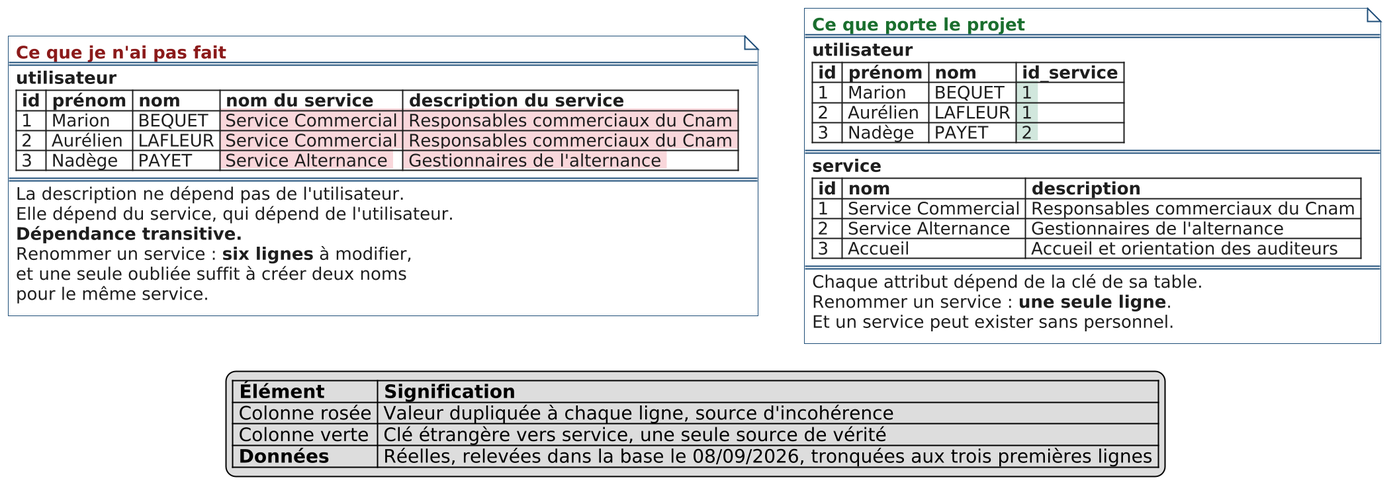
Earlier version of the PlantUML export docs/preparation/troisieme-forme-normale.png (sgahovey/creaslot). Source of this version:
```plantuml
@startuml troisieme-forme-normale
skinparam dpi 192
skinparam shadowing false
skinparam defaultFontName Helvetica
skinparam defaultFontSize 13
skinparam note {
  BorderColor #1F4E79
  BackgroundColor #FFFFFF
  FontColor #1E1E1E
}

note as FAUTIF
  <b><color:#8B1A1A>Ce que je n'ai pas fait</color></b>
  ====
  <b>utilisateur</b>
  |= id |= prénom |= nom |= nom du service |= description du service |
  | 1 | Marion | BEQUET |<back:#F8D7DA> Service Commercial |<back:#F8D7DA> Responsables commerciaux du Cnam |
  | 2 | Aurélien | LAFLEUR |<back:#F8D7DA> Service Commercial |<back:#F8D7DA> Responsables commerciaux du Cnam |
  | 3 | Nadège | PAYET |<back:#F8D7DA> Service Alternance |<back:#F8D7DA> Gestionnaires de l'alternance |
  ====
  La description ne dépend pas de l'utilisateur.
  Elle dépend du service, qui dépend de l'utilisateur.
  <b>Dépendance transitive.</b>
  Renommer un service : <b>six lignes</b> à modifier,
  et une seule oubliée suffit à créer deux noms
  pour le même service.
end note

note as CONFORME
  <b><color:#1A6E2E>Ce que porte le projet</color></b>
  ====
  <b>utilisateur</b>
  |= id |= prénom |= nom |= <color:#1E1E1E>id_service</color> |
  | 1 | Marion | BEQUET |<back:#D1E7DD> 1 |
  | 2 | Aurélien | LAFLEUR |<back:#D1E7DD> 1 |
  | 3 | Nadège | PAYET |<back:#D1E7DD> 2 |
  ====
  <b>service</b>
  |= id |= nom |= description |
  | 1 | Service Commercial | Responsables commerciaux du Cnam |
  | 2 | Service Alternance | Gestionnaires de l'alternance |
  | 3 | Accueil | Accueil et orientation des auditeurs |
  ====
  Chaque attribut dépend de la clé de sa table.
  Renommer un service : <b>une seule ligne</b>.
  Et un service peut exister sans personnel.
end note

FAUTIF -[hidden]right-> CONFORME

legend bottom
  |= Élément |= Signification |
  | Colonne rosée | Valeur dupliquée à chaque ligne, source d'incohérence |
  | Colonne verte | Clé étrangère vers service, une seule source de vérité |
  | <b>Données</b> | Réelles, relevées dans la base le 08/09/2026, tronquées aux trois premières lignes |
endlegend
@enduml
```
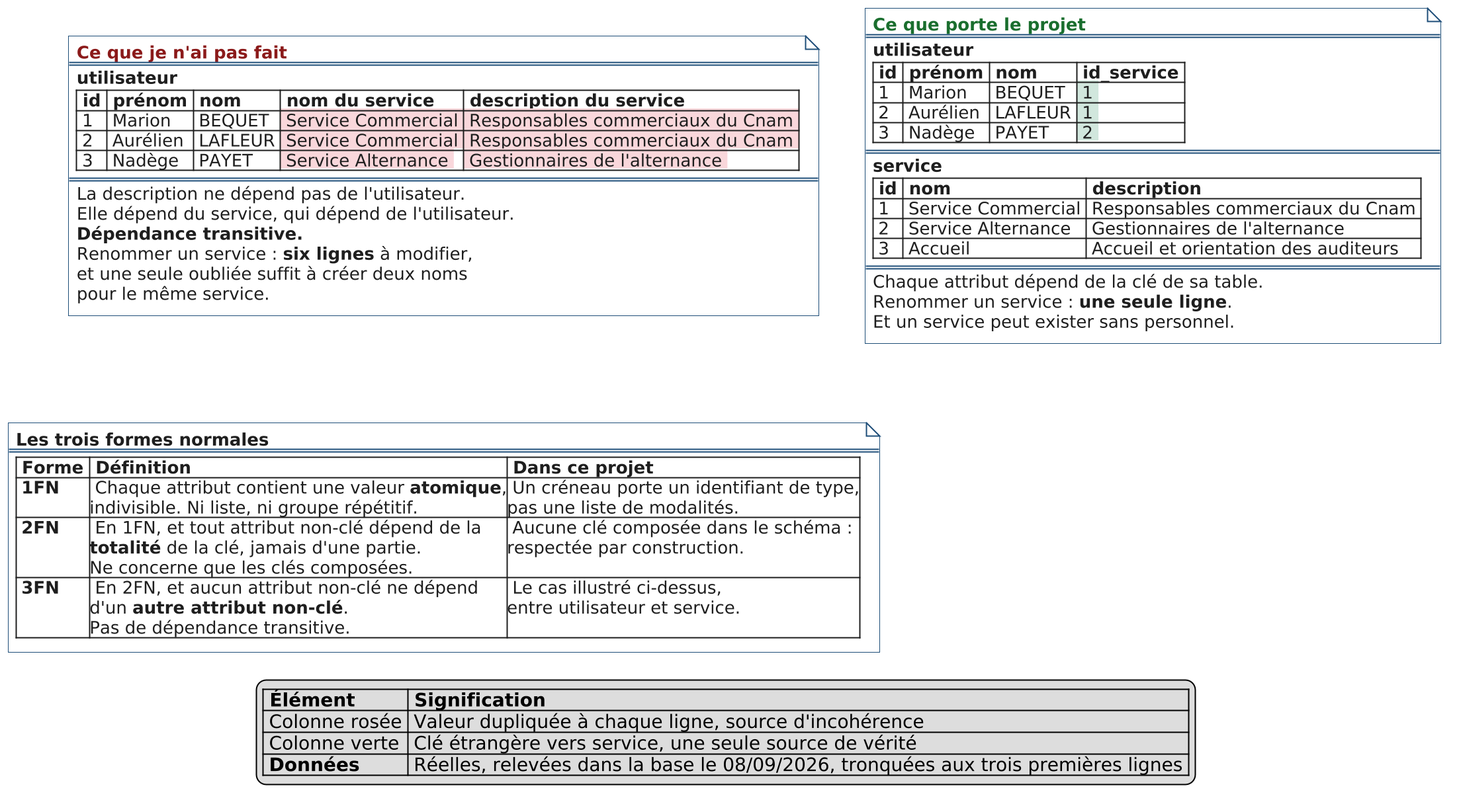
After the change.

Commit message:
docs(preparation): ajoute la definition des trois formes normales a la figure

What changed in the source:
```diff
@@ -48,6 +48,17 @@
 
 FAUTIF -[hidden]right-> CONFORME
 
+note as DEFINITIONS
+  <b>Les trois formes normales</b>
+  ====
+  |= Forme |= Définition |= Dans ce projet |
+  | <b>1FN</b> | Chaque attribut contient une valeur <b>atomique</b>,\nindivisible. Ni liste, ni groupe répétitif. | Un créneau porte un identifiant de type,\npas une liste de modalités. |
+  | <b>2FN</b> | En 1FN, et tout attribut non-clé dépend de la\n<b>totalité</b> de la clé, jamais d'une partie.\nNe concerne que les clés composées. | Aucune clé composée dans le schéma :\nrespectée par construction. |
+  | <b>3FN</b> | En 2FN, et aucun attribut non-clé ne dépend\nd'un <b>autre attribut non-clé</b>.\nPas de dépendance transitive. | Le cas illustré ci-dessus,\nentre utilisateur et service. |
+end note
+
+FAUTIF -[hidden]down-> DEFINITIONS
+
 legend bottom
   |= Élément |= Signification |
   | Colonne rosée | Valeur dupliquée à chaque ligne, source d'incohérence |
```
